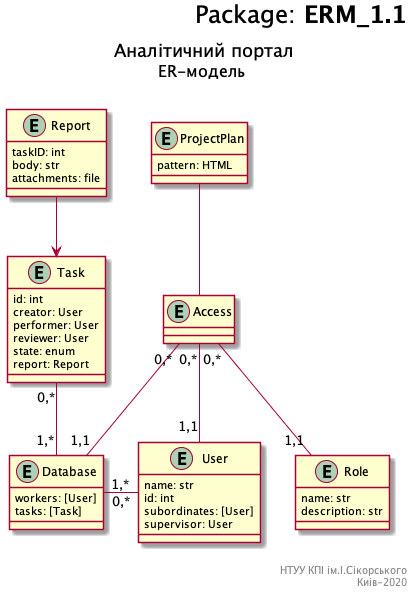
The PlantUML diagram docs/files/Diagrams/erm.png in BohdanShmalko/project_management_system, before a commit.
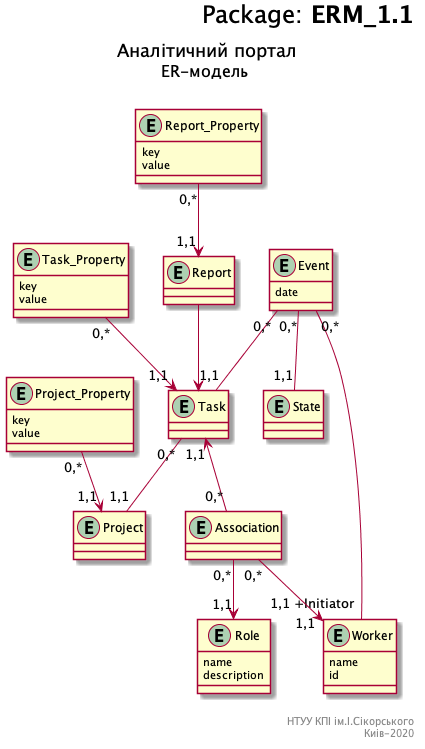
The same diagram one commit later.

Change to the diagram source:
```diff
@@ -1,68 +1,88 @@
 @startuml
-	right header
-	<font size=24 color=black>Package: <b>ERM_1.1
+right header
+<font size=24 color=black>Package: <b>ERM_1.1
 
-	end header
+end header
 
-	title
-	<font size=18 color=black>Аналітичний портал
-	<font size=16 color=black>ER-модель
+title
+<font size=18 color=black>Аналітичний портал
+<font size=16 color=black>ER-модель
 
-	end title
+end title
 
-	entity ProjectPlan {
-		pattern: HTML
-	}
+entity Project {
+}
 
-	entity Task {
-		id: int
-		creator: User
-		performer: User
-		reviewer: User
-		state: enum
-		report: Report
-	}
+entity Project_Property {
+	key
+	value
+}
 
-	entity Report {
-		taskID: int
-		body: str
-		attachments: file
-	}
+Project_Property "0,*"-->"1,1" Project
 
-	entity User {
-		name: str
-		id: int
-		subordinates: [User]
-		supervisor: User
-	}
+entity Task {
+}
 
-	entity Role {
-		name: str
-		description: str
-	}
+entity Task_Property {
+	key
+	value
+}
 
-	entity Access {
-	}
 
-	entity Database {
-		workers: [User]
-		tasks: [Task]
-	}
+Task_Property "0,*"--> "1,1" Task
 
-	Report --> Task
+Task "0,*" -- "1,1" Project
 
-	Access "0,*"-- "1,1" Role
-	Access "0,*"-- "1,1" User
-	Access "0,*"-- "1,1" Database
+entity State {
+}
 
-	Database "1,*"-r- "0,*" User
-	Database "1,*"-u- "0,*" Task
+entity Event{
+	date
+}
 
-	ProjectPlan -- Access
+entity Worker {
+	name
+	id
+}
 
-	right footer
 
-	НТУУ КПІ ім.І.Сікорського
-	Киів-2020
-	end footer
+Event "0,*" -- "1,1" Task
+Event "0,*" -- "1,1" State
+Event "0,*" -- "1,1 +Initiator" Worker
+
+entity Association {
+}
+
+
+entity Role {
+	name
+	description
+}
+
+Association "0,*" -u-> "1,1" Task
+Association "0,*" --> "1,1" Worker
+Association "0,*" --> "1,1" Role
+
+entity Report {
+}
+
+entity Report_Property {
+	key
+	value
+}
+
+Report_Property "0,*"--> "1,1" Report
+
+
+
+
+Report --> Task
+
+
+
+right footer
+
+НТУУ КПІ ім.І.Сікорського
+Киів-2020
+end footer
 @enduml
```
